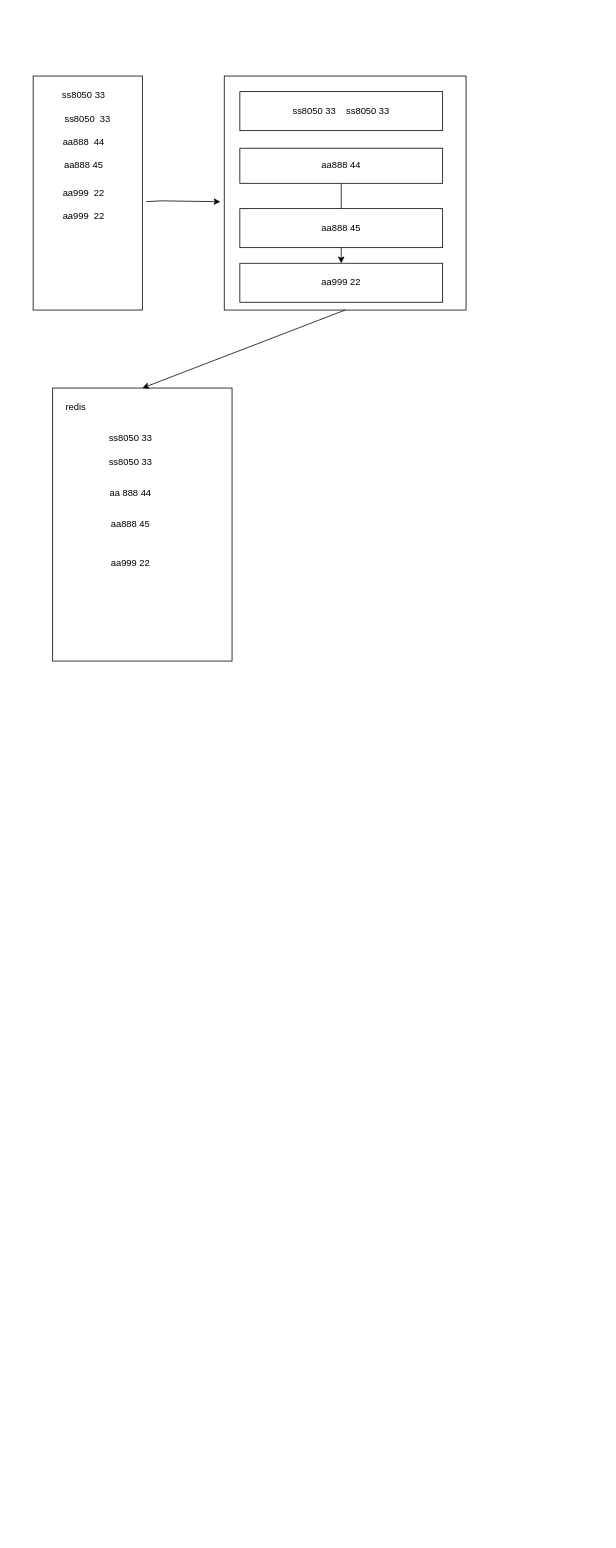
Above: src/study/未命名绘图.drawio in newcore/go_learn (draw.io), before the change. Source tidied: cells renumbered, new cells numbered last; positions are measured from the earlier drawing's top-left corner, leaving out a move shared by most shapes. Both pictures are drawn from the tidied source at 78%, with x=0, y=0 at pixel (33, 76).
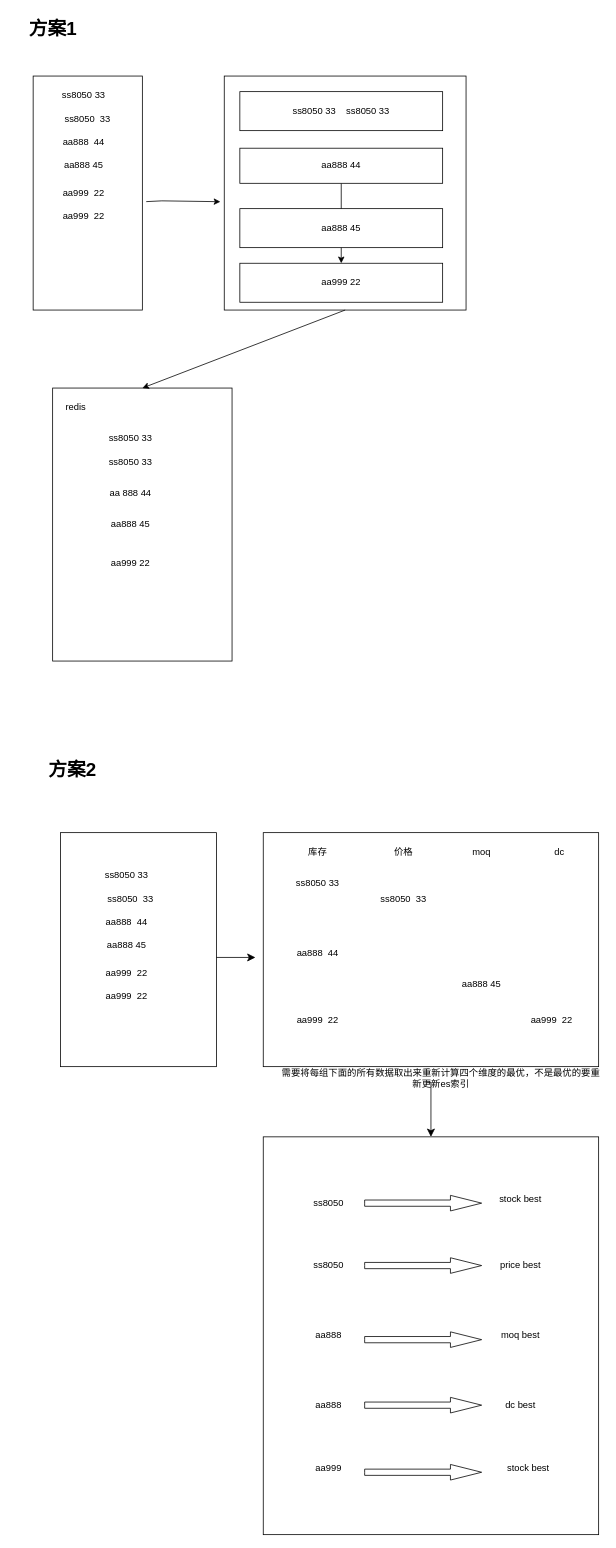
The same page after the edit.

Commit message:
更新未命名绘图.drawio

Diff of the diagram source:
```diff
@@
+    <mxCell id="24" style="rounded=0;whiteSpace=wrap;html=1;" parent="1" vertex="1">
+      <mxGeometry x="35" y="970" width="200" height="300" as="geometry" />
+    </mxCell>
+    <mxCell id="25" value="ss8050 33" style="text;html=1;strokeColor=none;fillColor=none;align=center;verticalAlign=middle;whiteSpace=wrap;rounded=0;" parent="1" vertex="1">
+      <mxGeometry x="90" y="1010" width="60" height="30" as="geometry" />
+    </mxCell>
+    <mxCell id="26" value="ss8050&amp;nbsp; 33" style="text;html=1;strokeColor=none;fillColor=none;align=center;verticalAlign=middle;whiteSpace=wrap;rounded=0;" parent="1" vertex="1">
+      <mxGeometry x="90" y="1040" width="70" height="30" as="geometry" />
+    </mxCell>
+    <mxCell id="27" value="aa888&amp;nbsp; 44" style="text;html=1;strokeColor=none;fillColor=none;align=center;verticalAlign=middle;whiteSpace=wrap;rounded=0;" parent="1" vertex="1">
+      <mxGeometry x="90" y="1070" width="60" height="30" as="geometry" />
+    </mxCell>
+    <mxCell id="28" value="aa888 45" style="text;html=1;strokeColor=none;fillColor=none;align=center;verticalAlign=middle;whiteSpace=wrap;rounded=0;" parent="1" vertex="1">
+      <mxGeometry x="90" y="1100" width="60" height="30" as="geometry" />
+    </mxCell>
+    <mxCell id="29" value="aa999&amp;nbsp; 22" style="text;html=1;strokeColor=none;fillColor=none;align=center;verticalAlign=middle;whiteSpace=wrap;rounded=0;" parent="1" vertex="1">
+      <mxGeometry x="90" y="1135" width="60" height="30" as="geometry" />
+    </mxCell>
+    <mxCell id="30" value="aa999&amp;nbsp; 22" style="text;html=1;strokeColor=none;fillColor=none;align=center;verticalAlign=middle;whiteSpace=wrap;rounded=0;" parent="1" vertex="1">
+      <mxGeometry x="90" y="1165" width="60" height="30" as="geometry" />
+    </mxCell>
+    <mxCell id="31" style="rounded=0;whiteSpace=wrap;html=1;" parent="1" vertex="1">
+      <mxGeometry x="295" y="970" width="430" height="300" as="geometry" />
+    </mxCell>
+    <mxCell id="32" value="ss8050 33" style="text;html=1;strokeColor=none;fillColor=none;align=center;verticalAlign=middle;whiteSpace=wrap;rounded=0;" parent="1" vertex="1">
+      <mxGeometry x="335" y="1020" width="60" height="30" as="geometry" />
+    </mxCell>
+    <mxCell id="33" value="库存" style="text;html=1;strokeColor=none;fillColor=none;align=center;verticalAlign=middle;whiteSpace=wrap;rounded=0;" parent="1" vertex="1">
+      <mxGeometry x="335" y="980" width="60" height="30" as="geometry" />
+    </mxCell>
+    <mxCell id="34" value="价格" style="text;html=1;strokeColor=none;fillColor=none;align=center;verticalAlign=middle;whiteSpace=wrap;rounded=0;" parent="1" vertex="1">
+      <mxGeometry x="445" y="980" width="60" height="30" as="geometry" />
+    </mxCell>
+    <mxCell id="35" value="moq" style="text;html=1;strokeColor=none;fillColor=none;align=center;verticalAlign=middle;whiteSpace=wrap;rounded=0;" parent="1" vertex="1">
+      <mxGeometry x="545" y="980" width="60" height="30" as="geometry" />
+    </mxCell>
+    <mxCell id="36" value="dc" style="text;html=1;strokeColor=none;fillColor=none;align=center;verticalAlign=middle;whiteSpace=wrap;rounded=0;" parent="1" vertex="1">
+      <mxGeometry x="645" y="980" width="60" height="30" as="geometry" />
+    </mxCell>
+    <mxCell id="37" value="ss8050&amp;nbsp; 33" style="text;html=1;strokeColor=none;fillColor=none;align=center;verticalAlign=middle;whiteSpace=wrap;rounded=0;" parent="1" vertex="1">
+      <mxGeometry x="440" y="1040" width="70" height="30" as="geometry" />
+    </mxCell>
+    <mxCell id="38" value="aa888&amp;nbsp; 44" style="text;html=1;strokeColor=none;fillColor=none;align=center;verticalAlign=middle;whiteSpace=wrap;rounded=0;" parent="1" vertex="1">
+      <mxGeometry x="335" y="1110" width="60" height="30" as="geometry" />
+    </mxCell>
+    <mxCell id="39" value="aa888 45" style="text;html=1;strokeColor=none;fillColor=none;align=center;verticalAlign=middle;whiteSpace=wrap;rounded=0;" parent="1" vertex="1">
+      <mxGeometry x="545" y="1150" width="60" height="30" as="geometry" />
+    </mxCell>
+    <mxCell id="40" value="aa999&amp;nbsp; 22" style="text;html=1;strokeColor=none;fillColor=none;align=center;verticalAlign=middle;whiteSpace=wrap;rounded=0;" parent="1" vertex="1">
+      <mxGeometry x="335" y="1195" width="60" height="30" as="geometry" />
+    </mxCell>
+    <mxCell id="41" value="aa999&amp;nbsp; 22" style="text;html=1;strokeColor=none;fillColor=none;align=center;verticalAlign=middle;whiteSpace=wrap;rounded=0;" parent="1" vertex="1">
+      <mxGeometry x="635" y="1195" width="60" height="30" as="geometry" />
+    </mxCell>
+    <mxCell id="42" style="rounded=0;whiteSpace=wrap;html=1;" parent="1" vertex="1">
+      <mxGeometry x="295" y="1360" width="430" height="510" as="geometry" />
+    </mxCell>
+    <mxCell id="43" value="ss8050" style="text;html=1;strokeColor=none;fillColor=none;align=center;verticalAlign=middle;whiteSpace=wrap;rounded=0;" parent="1" vertex="1">
+      <mxGeometry x="349" y="1430" width="60" height="30" as="geometry" />
+    </mxCell>
+    <mxCell id="44" value="ss8050" style="text;html=1;strokeColor=none;fillColor=none;align=center;verticalAlign=middle;whiteSpace=wrap;rounded=0;" parent="1" vertex="1">
+      <mxGeometry x="349" y="1510" width="60" height="30" as="geometry" />
+    </mxCell>
+    <mxCell id="45" value="aa888" style="text;html=1;strokeColor=none;fillColor=none;align=center;verticalAlign=middle;whiteSpace=wrap;rounded=0;" parent="1" vertex="1">
+      <mxGeometry x="349" y="1600" width="60" height="30" as="geometry" />
+    </mxCell>
+    <mxCell id="46" value="aa888" style="text;html=1;strokeColor=none;fillColor=none;align=center;verticalAlign=middle;whiteSpace=wrap;rounded=0;" parent="1" vertex="1">
+      <mxGeometry x="349" y="1689" width="60" height="30" as="geometry" />
+    </mxCell>
+    <mxCell id="47" value="aa999" style="text;html=1;strokeColor=none;fillColor=none;align=center;verticalAlign=middle;whiteSpace=wrap;rounded=0;" parent="1" vertex="1">
+      <mxGeometry x="349" y="1770" width="60" height="30" as="geometry" />
+    </mxCell>
+    <mxCell id="48" value="stock best" style="text;html=1;strokeColor=none;fillColor=none;align=center;verticalAlign=middle;whiteSpace=wrap;rounded=0;" parent="1" vertex="1">
+      <mxGeometry x="595" y="1425" width="60" height="30" as="geometry" />
+    </mxCell>
+    <mxCell id="49" value="price best" style="text;html=1;strokeColor=none;fillColor=none;align=center;verticalAlign=middle;whiteSpace=wrap;rounded=0;" parent="1" vertex="1">
+      <mxGeometry x="595" y="1510" width="60" height="30" as="geometry" />
+    </mxCell>
+    <mxCell id="50" value="moq best" style="text;html=1;strokeColor=none;fillColor=none;align=center;verticalAlign=middle;whiteSpace=wrap;rounded=0;" parent="1" vertex="1">
+      <mxGeometry x="595" y="1600" width="60" height="30" as="geometry" />
+    </mxCell>
+    <mxCell id="51" value="dc best" style="text;html=1;strokeColor=none;fillColor=none;align=center;verticalAlign=middle;whiteSpace=wrap;rounded=0;" parent="1" vertex="1">
+      <mxGeometry x="595" y="1689" width="60" height="30" as="geometry" />
+    </mxCell>
+    <mxCell id="52" value="stock best" style="text;html=1;strokeColor=none;fillColor=none;align=center;verticalAlign=middle;whiteSpace=wrap;rounded=0;" parent="1" vertex="1">
+      <mxGeometry x="605" y="1770" width="60" height="30" as="geometry" />
+    </mxCell>
+    <mxCell id="53" style="html=1;shadow=0;dashed=0;align=center;verticalAlign=middle;shape=mxgraph.arrows2.arrow;dy=0.6;dx=40;notch=0;" parent="1" vertex="1">
+      <mxGeometry x="425" y="1435" width="150" height="20" as="geometry" />
+    </mxCell>
+    <mxCell id="54" style="html=1;shadow=0;dashed=0;align=center;verticalAlign=middle;shape=mxgraph.arrows2.arrow;dy=0.6;dx=40;notch=0;" parent="1" vertex="1">
+      <mxGeometry x="425" y="1515" width="150" height="20" as="geometry" />
+    </mxCell>
+    <mxCell id="55" style="html=1;shadow=0;dashed=0;align=center;verticalAlign=middle;shape=mxgraph.arrows2.arrow;dy=0.6;dx=40;notch=0;" parent="1" vertex="1">
+      <mxGeometry x="425" y="1610" width="150" height="20" as="geometry" />
+    </mxCell>
+    <mxCell id="56" style="html=1;shadow=0;dashed=0;align=center;verticalAlign=middle;shape=mxgraph.arrows2.arrow;dy=0.6;dx=40;notch=0;" parent="1" vertex="1">
+      <mxGeometry x="425" y="1694" width="150" height="20" as="geometry" />
+    </mxCell>
+    <mxCell id="57" style="html=1;shadow=0;dashed=0;align=center;verticalAlign=middle;shape=mxgraph.arrows2.arrow;dy=0.6;dx=40;notch=0;" parent="1" vertex="1">
+      <mxGeometry x="425" y="1780" width="150" height="20" as="geometry" />
+    </mxCell>
+    <mxCell id="58" value="方案2" style="text;strokeColor=none;fillColor=none;html=1;fontSize=24;fontStyle=1;verticalAlign=middle;align=center;" parent="1" vertex="1">
+      <mxGeometry y="870" width="100" height="40" as="geometry" />
+    </mxCell>
+    <mxCell id="59" value="方案1" style="text;strokeColor=none;fillColor=none;html=1;fontSize=24;fontStyle=1;verticalAlign=middle;align=center;" parent="1" vertex="1">
+      <mxGeometry x="-25" y="-80" width="100" height="40" as="geometry" />
+    </mxCell>
+    <mxCell id="60" style="edgeStyle=segmentEdgeStyle;endArrow=classic;html=1;curved=0;rounded=0;endSize=8;startSize=8;" parent="1" edge="1">
+      <mxGeometry relative="1" as="geometry">
+        <mxPoint x="235" y="1130" as="sourcePoint" />
+        <mxPoint x="285" y="1130" as="targetPoint" />
+      </mxGeometry>
+    </mxCell>
+    <mxCell id="61" style="edgeStyle=segmentEdgeStyle;endArrow=classic;html=1;curved=0;rounded=0;endSize=8;startSize=8;entryX=0.5;entryY=0;entryDx=0;entryDy=0;" parent="1" edge="1" target="42">
+      <mxGeometry relative="1" as="geometry">
+        <mxPoint x="505" y="1290" as="sourcePoint" />
+        <Array as="points">
+          <mxPoint x="510" y="1290" />
+        </Array>
+      </mxGeometry>
+    </mxCell>
+    <mxCell id="62" value="需要将每组下面的所有数据取出来重新计算四个维度的最优，不是最优的要重新更新es索引" style="text;html=1;strokeColor=none;fillColor=none;align=center;verticalAlign=middle;whiteSpace=wrap;rounded=0;" parent="1" vertex="1">
+      <mxGeometry x="315" y="1280" width="416" height="10" as="geometry" />
+    </mxCell>
```
